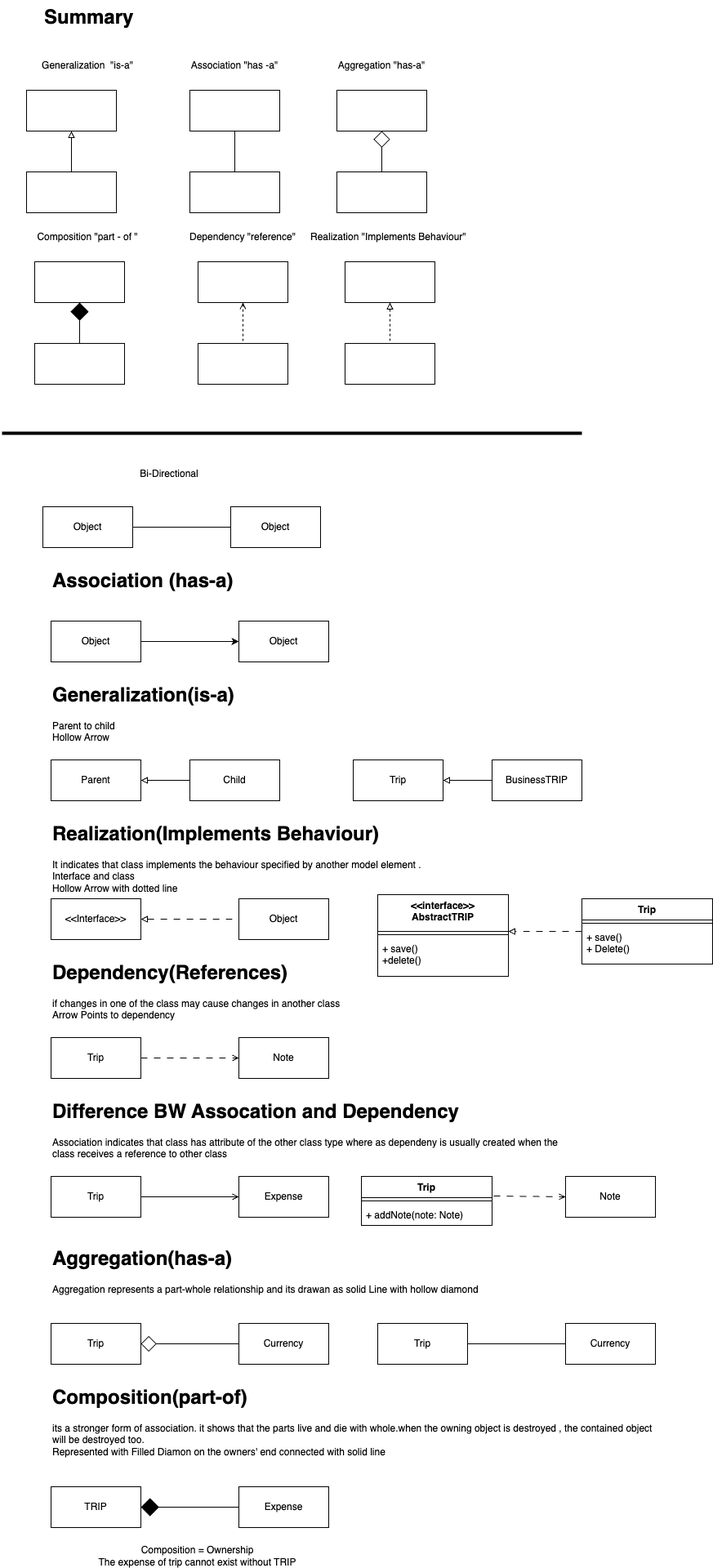
Above: drawio/UML_learning/Association_generatlization_etc.drawio.png in vishalguptahmh/programmingInterviewQuestions (draw.io), before the change. Source tidied: cells renumbered, new cells last; positions are measured from the earlier drawing's top-left corner, leaving out a move shared by most shapes.
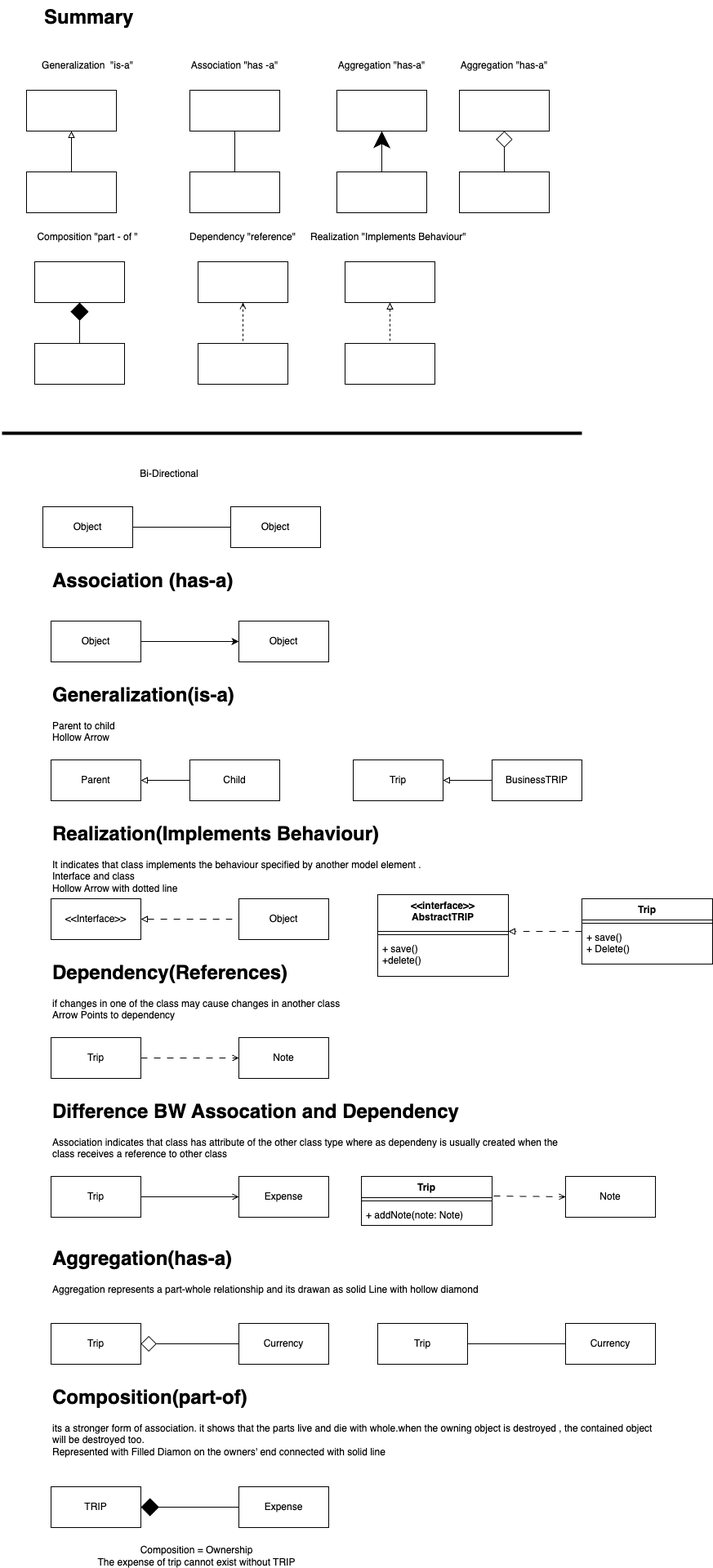
After the commit.

Commit message:
asingle direction

Change to the diagram source:
```diff
@@ -179,7 +179,7 @@
     <mxCell id="60" value="Association &quot;has -a&quot;" style="text;html=1;align=center;verticalAlign=middle;whiteSpace=wrap;rounded=0;" parent="1" vertex="1">
       <mxGeometry x="180" y="70" width="210" height="20" as="geometry" />
     </mxCell>
-    <mxCell id="61" style="edgeStyle=none;html=1;entryX=0.5;entryY=0;entryDx=0;entryDy=0;endArrow=none;endFill=0;startArrow=diamond;startFill=0;startSize=18;" parent="1" edge="1" source="62" target="63">
+    <mxCell id="61" style="edgeStyle=none;html=1;entryX=0.5;entryY=0;entryDx=0;entryDy=0;endArrow=none;endFill=0;startArrow=classic;startFill=1;startSize=18;" parent="1" edge="1" source="62" target="63">
       <mxGeometry relative="1" as="geometry" />
     </mxCell>
     <mxCell id="62" style="html=1;whiteSpace=wrap;" parent="1" vertex="1">
@@ -236,5 +236,17 @@
         <mxPoint x="710" y="530" as="targetPoint" />
       </mxGeometry>
     </mxCell>
+    <mxCell id="79" style="edgeStyle=none;html=1;entryX=0.5;entryY=0;entryDx=0;entryDy=0;endArrow=none;endFill=0;startArrow=diamond;startFill=0;startSize=18;" parent="1" edge="1" source="80" target="81">
+      <mxGeometry relative="1" as="geometry" />
+    </mxCell>
+    <mxCell id="80" style="html=1;whiteSpace=wrap;" parent="1" vertex="1">
+      <mxGeometry x="560" y="110" width="110" height="50" as="geometry" />
+    </mxCell>
+    <mxCell id="81" style="html=1;whiteSpace=wrap;" parent="1" vertex="1">
+      <mxGeometry x="560" y="210" width="110" height="50" as="geometry" />
+    </mxCell>
+    <mxCell id="82" value="Aggregation &quot;has-a&quot;" style="text;html=1;align=center;verticalAlign=middle;whiteSpace=wrap;rounded=0;" parent="1" vertex="1">
+      <mxGeometry x="510" y="70" width="210" height="20" as="geometry" />
+    </mxCell>
   </root>
 </mxGraphModel>
```
